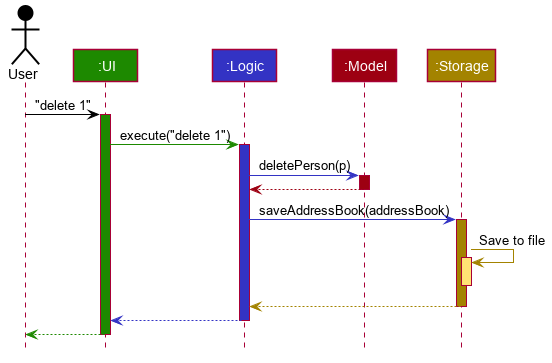
Earlier version of the PlantUML export docs/images/ArchitectureSequenceDiagram.png (nus-cs2103-AY2425S1/tp). Source of this version:
```plantuml
@startuml








skinparam BackgroundColor #FFFFFFF

skinparam Shadowing false

skinparam Class {
    FontColor #FFFFFF
    BorderThickness 1
    BorderColor #FFFFFF
    StereotypeFontColor #FFFFFF
    FontName Arial
}

skinparam Actor {
    BorderColor #000000
    Color #000000
    FontName Arial
}

skinparam Sequence {
    MessageAlign center
    BoxFontSize 15
    BoxPadding 0
    BoxFontColor #FFFFFF
    FontName Arial
}

skinparam Participant {
    FontColor #FFFFFFF
    Padding 20
}

skinparam MinClassWidth 50
skinparam ParticipantPadding 10
skinparam Shadowing false
skinparam DefaultTextAlignment center
skinparam packageStyle Rectangle

hide footbox
hide members
hide circle

Actor User as user #000000
Participant ":UI" as ui #1D8900
Participant ":Logic" as logic #3333C4
Participant ":Model" as model #9D0012
Participant ":Storage" as storage #A38300

user -[#000000]> ui : "delete 1"
activate ui #1D8900

ui -[#1D8900]> logic : execute("delete 1")
activate logic #3333C4

logic -[#3333C4]> model : deletePerson(p)
activate model #9D0012

model -[#9D0012]-> logic
deactivate model

logic -[#3333C4]> storage : saveAddressBook(addressBook)
activate storage #A38300

storage -[#A38300]> storage : Save to file
activate storage #FFE374
deactivate storage

storage --[#A38300]> logic
deactivate storage

logic --[#3333C4]> ui
deactivate logic

ui--[#1D8900]> user
deactivate ui
@enduml
```
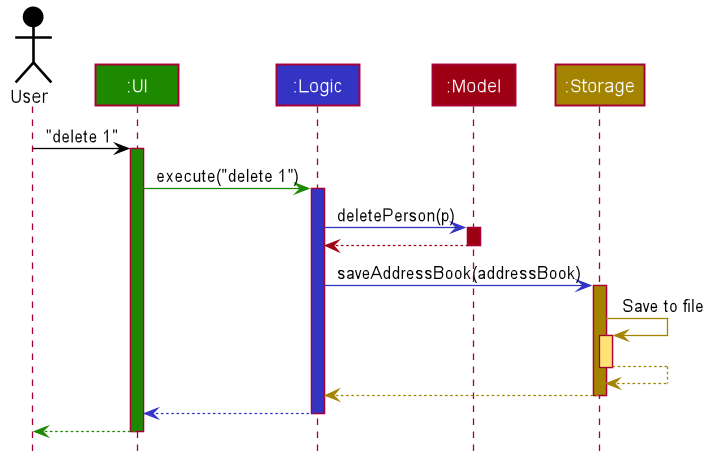
The same file after the commit.

Commit message:
Add missing return arrow to the ArchitectureSequenceDiagram (#33)

The edit, as a diff of the source:
```diff
@@ -71,6 +71,7 @@
 
 storage -[#A38300]> storage : Save to file
 activate storage #FFE374
+storage --[#A38300]> storage
 deactivate storage
 
 storage --[#A38300]> logic
```
